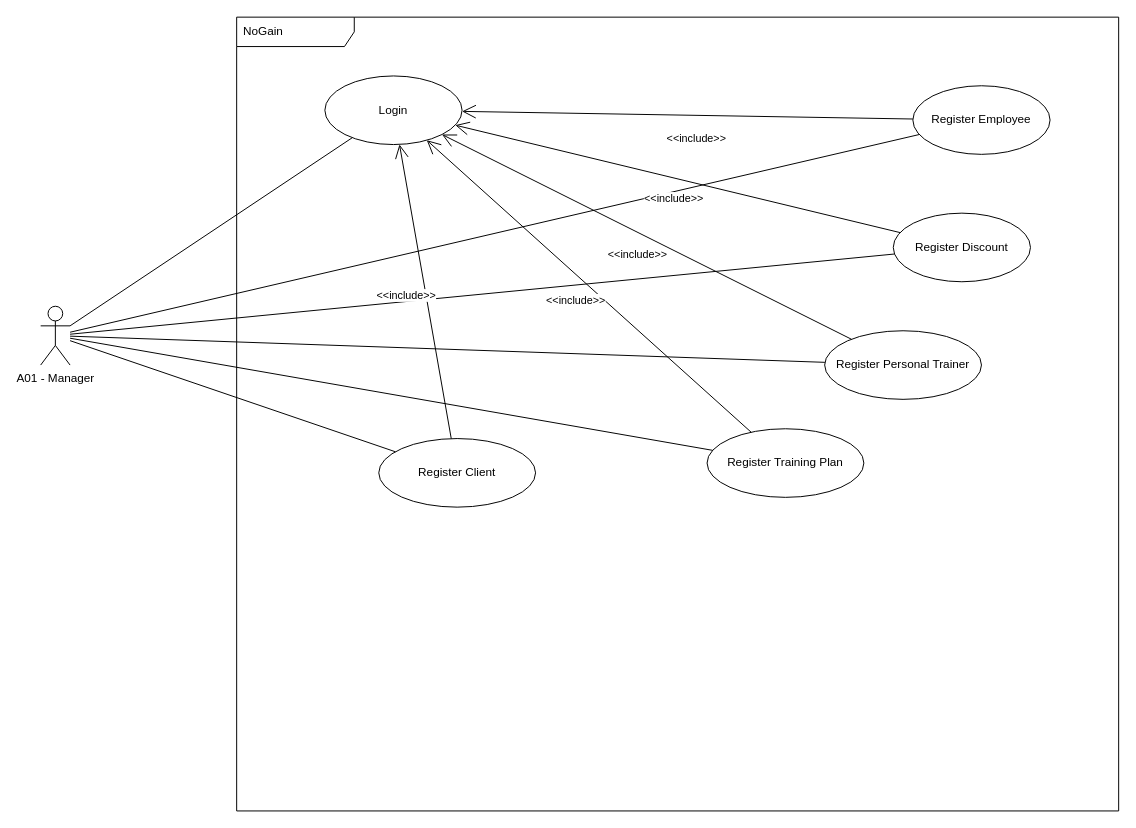
The draw.io diagram diagram/manager/useCase.drawio in bosshentai/tccCode, before the edit. Source tidied: cells renumbered, new cells numbered last; positions are measured from the earlier drawing's top-left corner, leaving out a move shared by most shapes. Both pictures are drawn from the tidied source at 98%, with x=0, y=0 at pixel (40, 17).
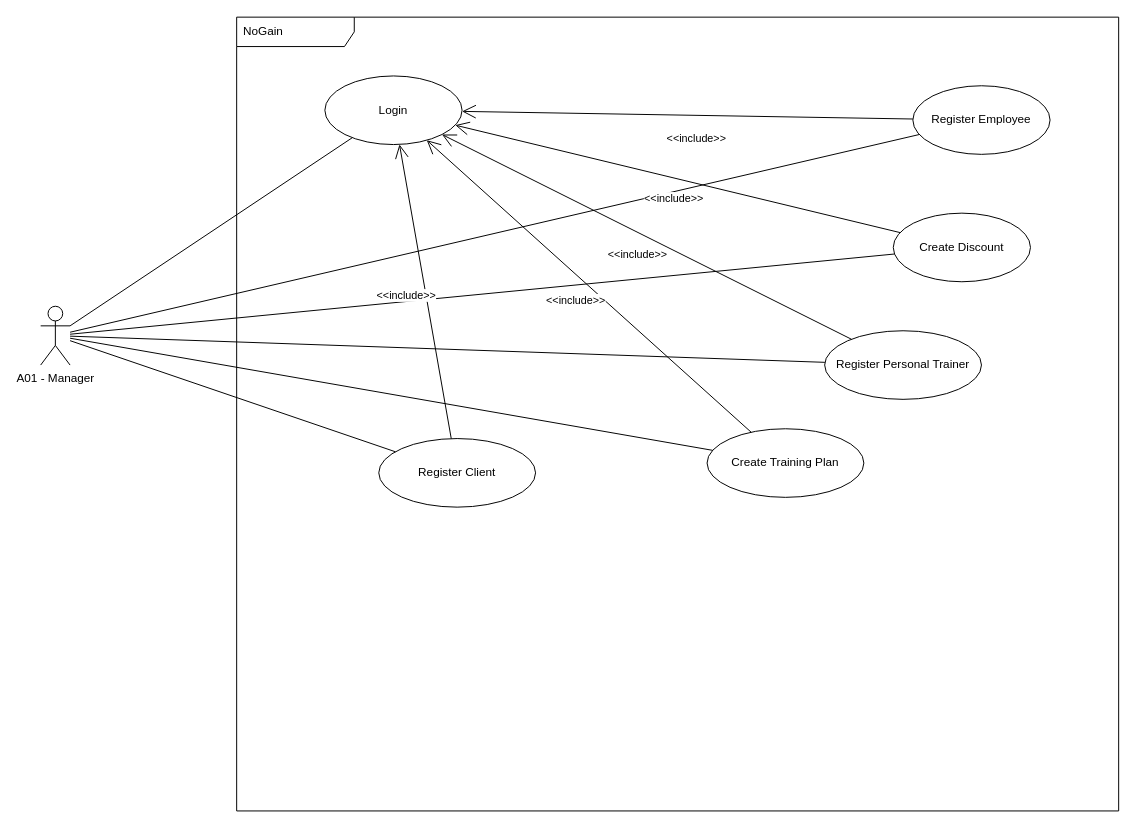
The same diagram, later.

What changed in the source:
```diff
@@
-    <mxCell id="8" value="Register Discount" style="ellipse;whiteSpace=wrap;html=1;" parent="1" vertex="1">
+    <mxCell id="8" value="Create Discount" style="ellipse;whiteSpace=wrap;html=1;" parent="1" vertex="1">
       <mxGeometry x="870" y="200" width="140" height="70" as="geometry" />
     </mxCell>
@@
-    <mxCell id="15" value="Register Training Plan" style="ellipse;whiteSpace=wrap;html=1;" parent="1" vertex="1">
+    <mxCell id="15" value="Create Training Plan" style="ellipse;whiteSpace=wrap;html=1;" parent="1" vertex="1">
       <mxGeometry x="680" y="420" width="160" height="70" as="geometry" />
     </mxCell>
```
